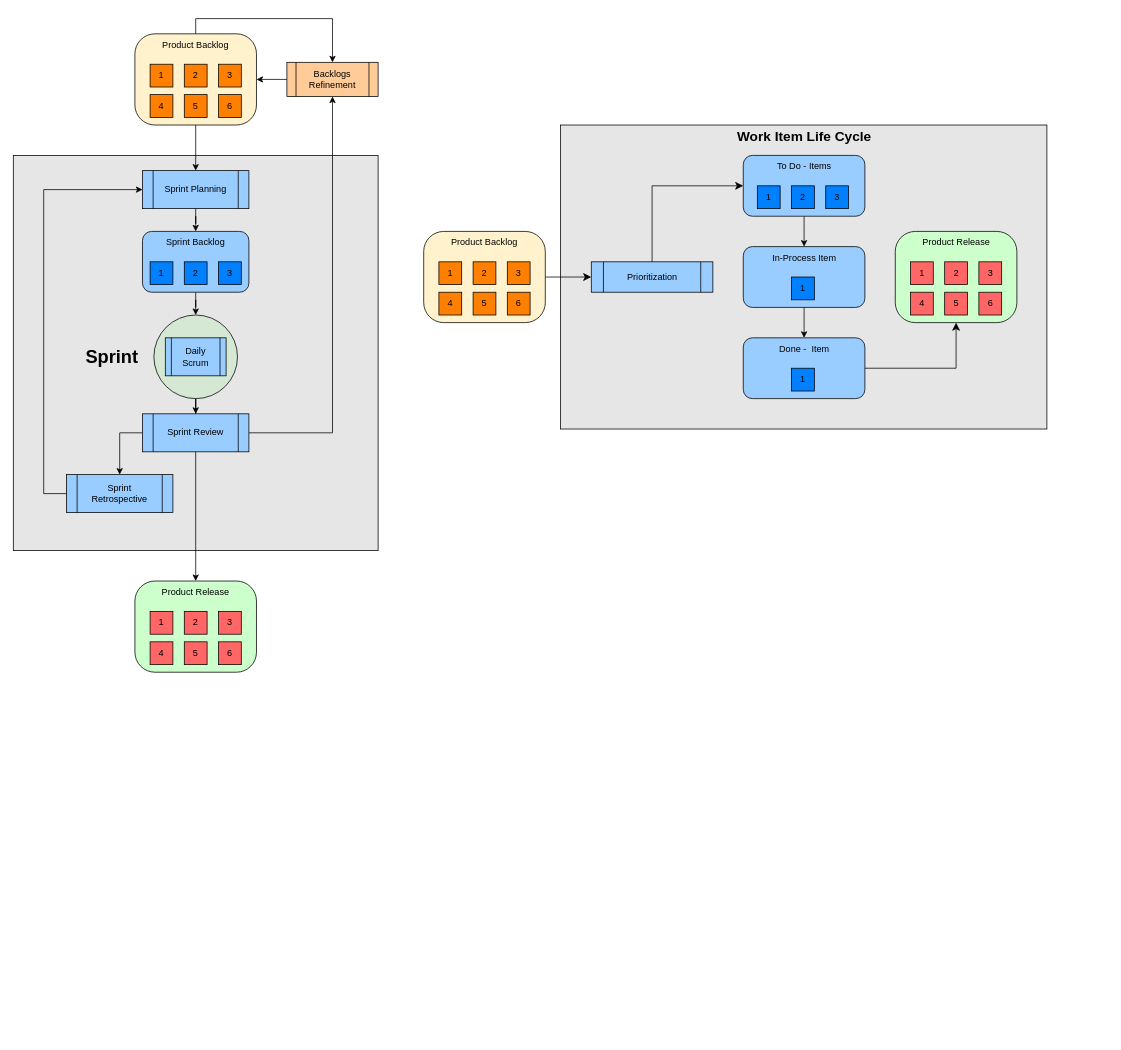
Before: resources/Agile-Flow.drawio in SimonFurtm/hiketours, a draw.io diagram. Source tidied: cells renumbered, new cells numbered last; positions are measured from the earlier drawing's top-left corner, leaving out a move shared by most shapes. Both pictures are drawn from the tidied source at 76%, with x=0, y=0 at pixel (13, 18).
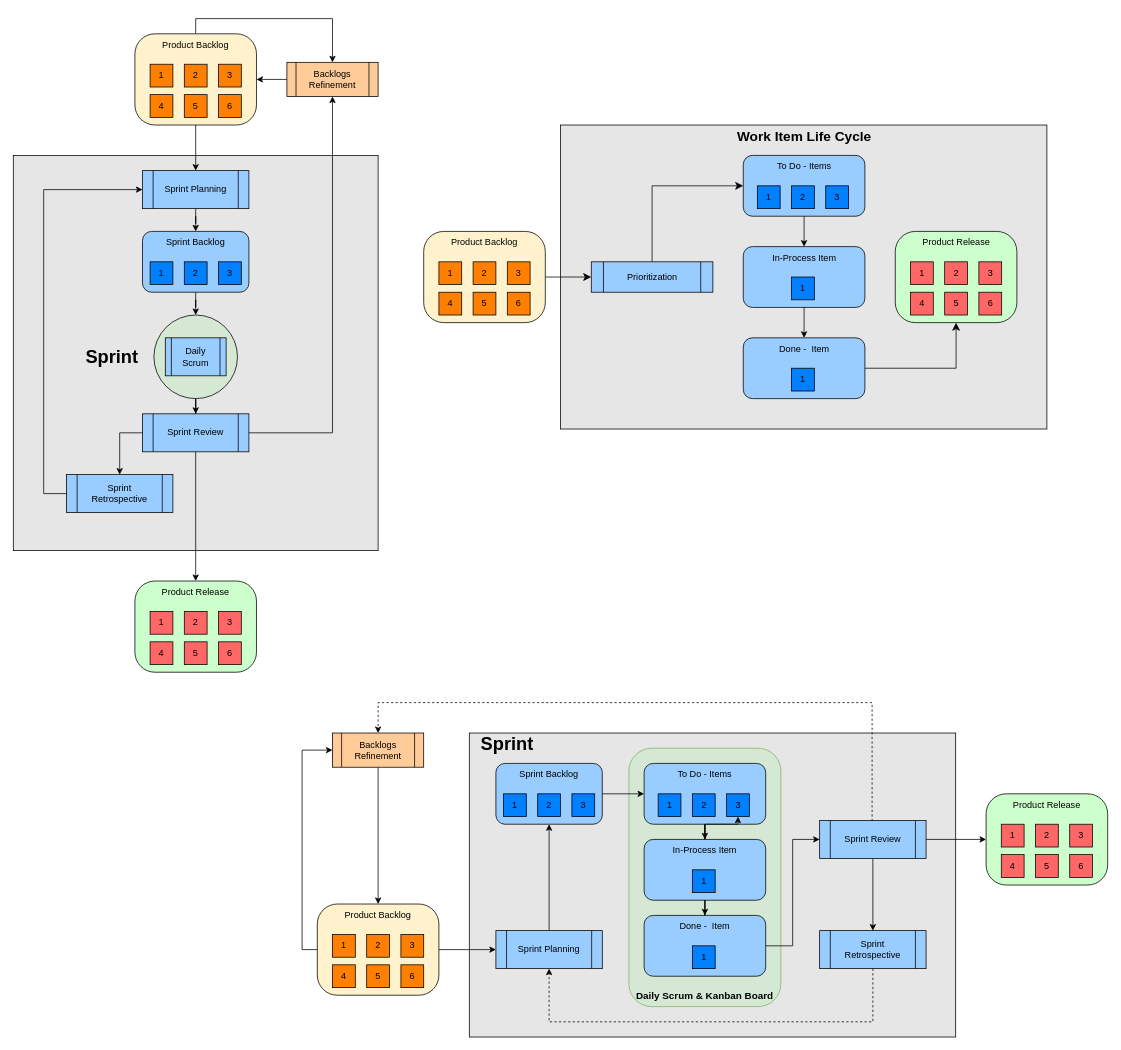
The same page after the edit.

Change to the diagram source:
```diff
@@
-    <mxCell id="54" style="edgeStyle=orthogonalEdgeStyle;rounded=0;jettySize=auto;html=1;entryX=0.5;entryY=0;entryDx=0;entryDy=0;" parent="1" edge="1" source="55" target="62">
-      <mxGeometry relative="1" as="geometry" />
-    </mxCell>
-    <mxCell id="55" style="rounded=1;whiteSpace=wrap;html=1;fillColor=#99CCFF;" parent="1" vertex="1">
-      <mxGeometry x="960.5" y="180" width="160" height="80" as="geometry" />
-    </mxCell>
-    <mxCell id="56" value="To Do - Items" style="text;html=1;strokeColor=none;fillColor=none;align=center;verticalAlign=middle;whiteSpace=wrap;rounded=0;" parent="1" vertex="1">
-      <mxGeometry x="960.5" y="180" width="160" height="30" as="geometry" />
-    </mxCell>
-    <mxCell id="57" value="1" style="rounded=0;whiteSpace=wrap;html=1;fillColor=#007FFF;" parent="1" vertex="1">
-      <mxGeometry x="979" y="220" width="30" height="30" as="geometry" />
-    </mxCell>
-    <mxCell id="58" value="2" style="rounded=0;whiteSpace=wrap;html=1;fillColor=#007FFF;" parent="1" vertex="1">
-      <mxGeometry x="1024" y="220" width="30" height="30" as="geometry" />
-    </mxCell>
-    <mxCell id="59" value="3" style="rounded=0;whiteSpace=wrap;html=1;fillColor=#007FFF;" parent="1" vertex="1">
-      <mxGeometry x="1069" y="220" width="30" height="30" as="geometry" />
-    </mxCell>
-    <mxCell id="60" style="edgeStyle=orthogonalEdgeStyle;rounded=0;jettySize=auto;html=1;entryX=0.5;entryY=0;entryDx=0;entryDy=0;" parent="1" edge="1" source="61" target="66">
-      <mxGeometry relative="1" as="geometry" />
-    </mxCell>
-    <mxCell id="61" style="rounded=1;whiteSpace=wrap;html=1;fillColor=#99CCFF;" parent="1" vertex="1">
-      <mxGeometry x="960.5" y="300" width="160" height="80" as="geometry" />
-    </mxCell>
-    <mxCell id="62" value="In-Process Item" style="text;html=1;strokeColor=none;fillColor=none;align=center;verticalAlign=middle;whiteSpace=wrap;rounded=0;" parent="1" vertex="1">
-      <mxGeometry x="960.5" y="300" width="160" height="30" as="geometry" />
-    </mxCell>
-    <mxCell id="63" value="1" style="rounded=0;whiteSpace=wrap;html=1;fillColor=#007FFF;" parent="1" vertex="1">
-      <mxGeometry x="1024" y="340" width="30" height="30" as="geometry" />
-    </mxCell>
@@
-    <mxCell id="65" style="rounded=1;whiteSpace=wrap;html=1;fillColor=#99CCFF;" parent="1" vertex="1">
-      <mxGeometry x="960.5" y="420" width="160" height="80" as="geometry" />
-    </mxCell>
-    <mxCell id="66" value="Done -&amp;nbsp; Item" style="text;html=1;strokeColor=none;fillColor=none;align=center;verticalAlign=middle;whiteSpace=wrap;rounded=0;" parent="1" vertex="1">
-      <mxGeometry x="960.5" y="420" width="160" height="30" as="geometry" />
-    </mxCell>
-    <mxCell id="67" value="1" style="rounded=0;whiteSpace=wrap;html=1;fillColor=#007FFF;" parent="1" vertex="1">
-      <mxGeometry x="1024" y="460" width="30" height="30" as="geometry" />
-    </mxCell>
@@
+    <mxCell id="76" style="edgeStyle=orthogonalEdgeStyle;rounded=0;jettySize=auto;html=1;entryX=0.5;entryY=0;entryDx=0;entryDy=0;" parent="1" edge="1" source="77" target="100">
+      <mxGeometry relative="1" as="geometry" />
+    </mxCell>
+    <mxCell id="77" value="Backlogs Refinement" style="shape=process;whiteSpace=wrap;html=1;backgroundOutline=1;fillColor=#FFCC99;" parent="1" vertex="1">
+      <mxGeometry x="420" y="940" width="120" height="45" as="geometry" />
+    </mxCell>
+    <mxCell id="78" style="rounded=0;whiteSpace=wrap;html=1;fillColor=#E6E6E6;" parent="1" vertex="1">
+      <mxGeometry x="600" y="940" width="640" height="400" as="geometry" />
+    </mxCell>
+    <mxCell id="79" style="edgeStyle=orthogonalEdgeStyle;rounded=0;jettySize=auto;html=1;entryX=0.5;entryY=1;entryDx=0;entryDy=0;" parent="1" edge="1" source="80" target="108">
+      <mxGeometry relative="1" as="geometry" />
+    </mxCell>
+    <mxCell id="80" value="Sprint Planning" style="shape=process;whiteSpace=wrap;html=1;backgroundOutline=1;fillColor=#99CCFF;" parent="1" vertex="1">
+      <mxGeometry x="635" y="1200" width="140" height="50" as="geometry" />
+    </mxCell>
+    <mxCell id="81" style="edgeStyle=orthogonalEdgeStyle;rounded=0;jettySize=auto;html=1;entryX=0;entryY=0.5;entryDx=0;entryDy=0;" parent="1" edge="1" source="99" target="80">
+      <mxGeometry relative="1" as="geometry" />
+    </mxCell>
+    <mxCell id="82" style="edgeStyle=orthogonalEdgeStyle;rounded=0;jettySize=auto;html=1;entryX=0.5;entryY=0;entryDx=0;entryDy=0;dashed=1;exitX=0.5;exitY=0;exitDx=0;exitDy=0;" parent="1" edge="1" source="85" target="77">
+      <mxGeometry relative="1" as="geometry">
+        <Array as="points">
+          <mxPoint x="1130" y="900" />
+          <mxPoint x="480" y="900" />
+        </Array>
+      </mxGeometry>
+    </mxCell>
+    <mxCell id="83" style="edgeStyle=orthogonalEdgeStyle;rounded=0;jettySize=auto;html=1;entryX=0.5;entryY=0;entryDx=0;entryDy=0;exitX=0.5;exitY=1;exitDx=0;exitDy=0;" parent="1" edge="1" source="85" target="88">
+      <mxGeometry relative="1" as="geometry" />
+    </mxCell>
+    <mxCell id="84" style="edgeStyle=orthogonalEdgeStyle;rounded=0;jettySize=auto;html=1;entryX=0;entryY=0.5;entryDx=0;entryDy=0;" parent="1" edge="1" source="85" target="90">
+      <mxGeometry relative="1" as="geometry" />
+    </mxCell>
+    <mxCell id="85" value="Sprint Review" style="shape=process;whiteSpace=wrap;html=1;backgroundOutline=1;fillColor=#99CCFF;" parent="1" vertex="1">
+      <mxGeometry x="1061" y="1055" width="140" height="50" as="geometry" />
+    </mxCell>
+    <mxCell id="86" value="&lt;font style=&quot;font-size: 24px;&quot;&gt;&lt;b&gt;Sprint&lt;/b&gt;&lt;/font&gt;" style="text;html=1;strokeColor=none;fillColor=none;align=center;verticalAlign=middle;whiteSpace=wrap;rounded=0;" parent="1" vertex="1">
+      <mxGeometry x="620" y="940" width="60" height="30" as="geometry" />
+    </mxCell>
+    <mxCell id="87" style="edgeStyle=orthogonalEdgeStyle;rounded=0;jettySize=auto;html=1;entryX=0.5;entryY=1;entryDx=0;entryDy=0;exitX=0.5;exitY=1;exitDx=0;exitDy=0;dashed=1;" parent="1" edge="1" source="88" target="80">
+      <mxGeometry relative="1" as="geometry">
+        <Array as="points">
+          <mxPoint x="1131" y="1320" />
+          <mxPoint x="705" y="1320" />
+        </Array>
+      </mxGeometry>
+    </mxCell>
+    <mxCell id="88" value="Sprint &lt;br&gt;Retrospective" style="shape=process;whiteSpace=wrap;html=1;backgroundOutline=1;fillColor=#99CCFF;" parent="1" vertex="1">
+      <mxGeometry x="1061" y="1200" width="140" height="50" as="geometry" />
+    </mxCell>
+    <mxCell id="89" style="group;" parent="1" vertex="1">
+      <mxGeometry x="1280" y="1020" width="160" height="120" as="geometry" />
+    </mxCell>
+    <mxCell id="90" style="rounded=1;whiteSpace=wrap;html=1;arcSize=22;fillColor=#CCFFCC;" parent="89" vertex="1">
+      <mxGeometry width="160" height="120" as="geometry" />
+    </mxCell>
+    <mxCell id="91" value="Product Release" style="text;html=1;strokeColor=none;fillColor=none;align=center;verticalAlign=middle;whiteSpace=wrap;rounded=0;" parent="89" vertex="1">
+      <mxGeometry width="160" height="30" as="geometry" />
+    </mxCell>
+    <mxCell id="92" value="1" style="rounded=0;whiteSpace=wrap;html=1;fillColor=#FF6666;" parent="89" vertex="1">
+      <mxGeometry x="20" y="40" width="30" height="30" as="geometry" />
+    </mxCell>
+    <mxCell id="93" value="4" style="rounded=0;whiteSpace=wrap;html=1;fillColor=#FF6666;" parent="89" vertex="1">
+      <mxGeometry x="20" y="80" width="30" height="30" as="geometry" />
+    </mxCell>
+    <mxCell id="94" value="2" style="rounded=0;whiteSpace=wrap;html=1;fillColor=#FF6666;" parent="89" vertex="1">
+      <mxGeometry x="65" y="40" width="30" height="30" as="geometry" />
+    </mxCell>
+    <mxCell id="95" value="3" style="rounded=0;whiteSpace=wrap;html=1;fillColor=#FF6666;" parent="89" vertex="1">
+      <mxGeometry x="110" y="40" width="30" height="30" as="geometry" />
+    </mxCell>
+    <mxCell id="96" value="5" style="rounded=0;whiteSpace=wrap;html=1;fillColor=#FF6666;" parent="89" vertex="1">
+      <mxGeometry x="65" y="80" width="30" height="30" as="geometry" />
+    </mxCell>
+    <mxCell id="97" value="6" style="rounded=0;whiteSpace=wrap;html=1;fillColor=#FF6666;" parent="89" vertex="1">
+      <mxGeometry x="110" y="80" width="30" height="30" as="geometry" />
+    </mxCell>
+    <mxCell id="98" style="group;" parent="1" vertex="1">
+      <mxGeometry x="400" y="1165" width="160" height="120" as="geometry" />
+    </mxCell>
+    <mxCell id="99" style="rounded=1;whiteSpace=wrap;html=1;arcSize=22;fillColor=#FFF2CC;" parent="98" vertex="1">
+      <mxGeometry width="160" height="120" as="geometry" />
+    </mxCell>
+    <mxCell id="100" value="Product Backlog" style="text;html=1;strokeColor=none;fillColor=none;align=center;verticalAlign=middle;whiteSpace=wrap;rounded=0;" parent="98" vertex="1">
+      <mxGeometry width="160" height="30" as="geometry" />
+    </mxCell>
+    <mxCell id="101" value="1" style="rounded=0;whiteSpace=wrap;html=1;fillColor=#FF8000;" parent="98" vertex="1">
+      <mxGeometry x="20" y="40" width="30" height="30" as="geometry" />
+    </mxCell>
+    <mxCell id="102" value="4" style="rounded=0;whiteSpace=wrap;html=1;fillColor=#FF8000;" parent="98" vertex="1">
+      <mxGeometry x="20" y="80" width="30" height="30" as="geometry" />
+    </mxCell>
+    <mxCell id="103" value="2" style="rounded=0;whiteSpace=wrap;html=1;fillColor=#FF8000;" parent="98" vertex="1">
+      <mxGeometry x="65" y="40" width="30" height="30" as="geometry" />
+    </mxCell>
+    <mxCell id="104" value="3" style="rounded=0;whiteSpace=wrap;html=1;fillColor=#FF8000;" parent="98" vertex="1">
+      <mxGeometry x="110" y="40" width="30" height="30" as="geometry" />
+    </mxCell>
+    <mxCell id="105" value="5" style="rounded=0;whiteSpace=wrap;html=1;fillColor=#FF8000;" parent="98" vertex="1">
+      <mxGeometry x="65" y="80" width="30" height="30" as="geometry" />
+    </mxCell>
+    <mxCell id="106" value="6" style="rounded=0;whiteSpace=wrap;html=1;fillColor=#FF8000;" parent="98" vertex="1">
+      <mxGeometry x="110" y="80" width="30" height="30" as="geometry" />
+    </mxCell>
+    <mxCell id="107" style="group;" parent="1" vertex="1">
+      <mxGeometry x="635" y="980" width="140" height="80" as="geometry" />
+    </mxCell>
+    <mxCell id="108" style="rounded=1;whiteSpace=wrap;html=1;fillColor=#99CCFF;" parent="107" vertex="1">
+      <mxGeometry width="140" height="80" as="geometry" />
+    </mxCell>
+    <mxCell id="109" value="Sprint Backlog" style="text;html=1;strokeColor=none;fillColor=none;align=center;verticalAlign=middle;whiteSpace=wrap;rounded=0;" parent="107" vertex="1">
+      <mxGeometry width="140" height="30" as="geometry" />
+    </mxCell>
+    <mxCell id="110" value="1" style="rounded=0;whiteSpace=wrap;html=1;fillColor=#007FFF;" parent="107" vertex="1">
+      <mxGeometry x="10" y="40" width="30" height="30" as="geometry" />
+    </mxCell>
+    <mxCell id="111" value="2" style="rounded=0;whiteSpace=wrap;html=1;fillColor=#007FFF;" parent="107" vertex="1">
+      <mxGeometry x="55" y="40" width="30" height="30" as="geometry" />
+    </mxCell>
+    <mxCell id="112" value="3" style="rounded=0;whiteSpace=wrap;html=1;fillColor=#007FFF;" parent="107" vertex="1">
+      <mxGeometry x="100" y="40" width="30" height="30" as="geometry" />
+    </mxCell>
+    <mxCell id="113" style="edgeStyle=orthogonalEdgeStyle;rounded=0;jettySize=auto;html=1;entryX=0;entryY=0.5;entryDx=0;entryDy=0;exitX=0;exitY=0.5;exitDx=0;exitDy=0;" parent="1" edge="1" source="99" target="77">
+      <mxGeometry relative="1" as="geometry" />
+    </mxCell>
+    <mxCell id="114" style="group;" parent="1" vertex="1">
+      <mxGeometry x="960.5" y="180" width="160" height="320" as="geometry" />
+    </mxCell>
+    <mxCell id="55" style="rounded=1;whiteSpace=wrap;html=1;fillColor=#99CCFF;" parent="114" vertex="1">
+      <mxGeometry width="160" height="80" as="geometry" />
+    </mxCell>
+    <mxCell id="56" value="To Do - Items" style="text;html=1;strokeColor=none;fillColor=none;align=center;verticalAlign=middle;whiteSpace=wrap;rounded=0;" parent="114" vertex="1">
+      <mxGeometry width="160" height="30" as="geometry" />
+    </mxCell>
+    <mxCell id="57" value="1" style="rounded=0;whiteSpace=wrap;html=1;fillColor=#007FFF;" parent="114" vertex="1">
+      <mxGeometry x="18.5" y="40" width="30" height="30" as="geometry" />
+    </mxCell>
+    <mxCell id="58" value="2" style="rounded=0;whiteSpace=wrap;html=1;fillColor=#007FFF;" parent="114" vertex="1">
+      <mxGeometry x="63.5" y="40" width="30" height="30" as="geometry" />
+    </mxCell>
+    <mxCell id="59" value="3" style="rounded=0;whiteSpace=wrap;html=1;fillColor=#007FFF;" parent="114" vertex="1">
+      <mxGeometry x="108.5" y="40" width="30" height="30" as="geometry" />
+    </mxCell>
+    <mxCell id="61" style="rounded=1;whiteSpace=wrap;html=1;fillColor=#99CCFF;" parent="114" vertex="1">
+      <mxGeometry y="120" width="160" height="80" as="geometry" />
+    </mxCell>
+    <mxCell id="62" value="In-Process Item" style="text;html=1;strokeColor=none;fillColor=none;align=center;verticalAlign=middle;whiteSpace=wrap;rounded=0;" parent="114" vertex="1">
+      <mxGeometry y="120" width="160" height="30" as="geometry" />
+    </mxCell>
+    <mxCell id="54" style="edgeStyle=orthogonalEdgeStyle;rounded=0;jettySize=auto;html=1;entryX=0.5;entryY=0;entryDx=0;entryDy=0;" parent="114" edge="1" source="55" target="62">
+      <mxGeometry relative="1" as="geometry" />
+    </mxCell>
+    <mxCell id="63" value="1" style="rounded=0;whiteSpace=wrap;html=1;fillColor=#007FFF;" parent="114" vertex="1">
+      <mxGeometry x="63.5" y="160" width="30" height="30" as="geometry" />
+    </mxCell>
+    <mxCell id="65" style="rounded=1;whiteSpace=wrap;html=1;fillColor=#99CCFF;" parent="114" vertex="1">
+      <mxGeometry y="240" width="160" height="80" as="geometry" />
+    </mxCell>
+    <mxCell id="66" value="Done -&amp;nbsp; Item" style="text;html=1;strokeColor=none;fillColor=none;align=center;verticalAlign=middle;whiteSpace=wrap;rounded=0;" parent="114" vertex="1">
+      <mxGeometry y="240" width="160" height="30" as="geometry" />
+    </mxCell>
+    <mxCell id="60" style="edgeStyle=orthogonalEdgeStyle;rounded=0;jettySize=auto;html=1;entryX=0.5;entryY=0;entryDx=0;entryDy=0;" parent="114" edge="1" source="61" target="66">
+      <mxGeometry relative="1" as="geometry" />
+    </mxCell>
+    <mxCell id="67" value="1" style="rounded=0;whiteSpace=wrap;html=1;fillColor=#007FFF;" parent="114" vertex="1">
+      <mxGeometry x="63.5" y="280" width="30" height="30" as="geometry" />
+    </mxCell>
+    <mxCell id="115" style="rounded=1;whiteSpace=wrap;html=1;fillColor=#d5e8d4;strokeColor=#82b366;" parent="1" vertex="1">
+      <mxGeometry x="810" y="960" width="200" height="340" as="geometry" />
+    </mxCell>
+    <mxCell id="116" style="group;" parent="1" vertex="1">
+      <mxGeometry x="830" y="980" width="180" height="290" as="geometry" />
+    </mxCell>
+    <mxCell id="117" style="group;" parent="116" vertex="1">
+      <mxGeometry width="180" height="290" as="geometry" />
+    </mxCell>
+    <mxCell id="118" style="rounded=1;whiteSpace=wrap;html=1;fillColor=#99CCFF;" parent="117" vertex="1">
+      <mxGeometry width="160" height="80" as="geometry" />
+    </mxCell>
+    <mxCell id="119" value="To Do - Items" style="text;html=1;strokeColor=none;fillColor=none;align=center;verticalAlign=middle;whiteSpace=wrap;rounded=0;" parent="117" vertex="1">
+      <mxGeometry width="160" height="30" as="geometry" />
+    </mxCell>
+    <mxCell id="120" value="1" style="rounded=0;whiteSpace=wrap;html=1;fillColor=#007FFF;" parent="117" vertex="1">
+      <mxGeometry x="18.5" y="40" width="30" height="30" as="geometry" />
+    </mxCell>
+    <mxCell id="121" value="2" style="rounded=0;whiteSpace=wrap;html=1;fillColor=#007FFF;" parent="117" vertex="1">
+      <mxGeometry x="63.5" y="40" width="30" height="30" as="geometry" />
+    </mxCell>
+    <mxCell id="122" value="3" style="rounded=0;whiteSpace=wrap;html=1;fillColor=#007FFF;" parent="117" vertex="1">
+      <mxGeometry x="108.5" y="40" width="30" height="30" as="geometry" />
+    </mxCell>
+    <mxCell id="123" style="edgeStyle=orthogonalEdgeStyle;rounded=0;jettySize=auto;html=1;entryX=0.5;entryY=0;entryDx=0;entryDy=0;" parent="116" edge="1" source="118" target="130">
+      <mxGeometry relative="1" as="geometry" />
+    </mxCell>
+    <mxCell id="124" style="rounded=1;whiteSpace=wrap;html=1;fillColor=#99CCFF;" parent="116" vertex="1">
+      <mxGeometry y="200" width="160" height="80" as="geometry" />
+    </mxCell>
+    <mxCell id="125" value="Done -&amp;nbsp; Item" style="text;html=1;strokeColor=none;fillColor=none;align=center;verticalAlign=middle;whiteSpace=wrap;rounded=0;" parent="116" vertex="1">
+      <mxGeometry y="200" width="160" height="30" as="geometry" />
+    </mxCell>
+    <mxCell id="126" value="1" style="rounded=0;whiteSpace=wrap;html=1;fillColor=#007FFF;" parent="116" vertex="1">
+      <mxGeometry x="63.5" y="240" width="30" height="30" as="geometry" />
+    </mxCell>
+    <mxCell id="127" style="edgeStyle=orthogonalEdgeStyle;rounded=0;jettySize=auto;html=1;" parent="116" edge="1" source="130" target="122">
+      <mxGeometry relative="1" as="geometry" />
+    </mxCell>
+    <mxCell id="128" style="rounded=1;whiteSpace=wrap;html=1;fillColor=#99CCFF;" parent="116" vertex="1">
+      <mxGeometry y="100" width="160" height="80" as="geometry" />
+    </mxCell>
+    <mxCell id="129" style="edgeStyle=orthogonalEdgeStyle;rounded=0;jettySize=auto;html=1;entryX=0.5;entryY=0;entryDx=0;entryDy=0;" parent="116" edge="1" source="128" target="125">
+      <mxGeometry relative="1" as="geometry" />
+    </mxCell>
+    <mxCell id="130" value="In-Process Item" style="text;html=1;strokeColor=none;fillColor=none;align=center;verticalAlign=middle;whiteSpace=wrap;rounded=0;" parent="116" vertex="1">
+      <mxGeometry y="100" width="160" height="30" as="geometry" />
+    </mxCell>
+    <mxCell id="131" value="1" style="rounded=0;whiteSpace=wrap;html=1;fillColor=#007FFF;" parent="116" vertex="1">
+      <mxGeometry x="63.5" y="140" width="30" height="30" as="geometry" />
+    </mxCell>
+    <mxCell id="132" value="&lt;b&gt;&lt;font style=&quot;font-size: 13px;&quot;&gt;Daily Scrum &amp;amp; Kanban Board&lt;/font&gt;&lt;/b&gt;" style="text;html=1;strokeColor=none;fillColor=none;align=center;verticalAlign=middle;whiteSpace=wrap;rounded=0;" parent="1" vertex="1">
+      <mxGeometry x="815" y="1270" width="190" height="30" as="geometry" />
+    </mxCell>
+    <mxCell id="133" style="edgeStyle=orthogonalEdgeStyle;rounded=0;jettySize=auto;html=1;entryX=0;entryY=0.5;entryDx=0;entryDy=0;" parent="1" edge="1" source="124" target="85">
+      <mxGeometry relative="1" as="geometry" />
+    </mxCell>
+    <mxCell id="134" style="edgeStyle=orthogonalEdgeStyle;rounded=0;jettySize=auto;html=1;entryX=0;entryY=0.5;entryDx=0;entryDy=0;exitX=1;exitY=0.5;exitDx=0;exitDy=0;" parent="1" edge="1" source="108" target="118">
+      <mxGeometry relative="1" as="geometry" />
+    </mxCell>
```
